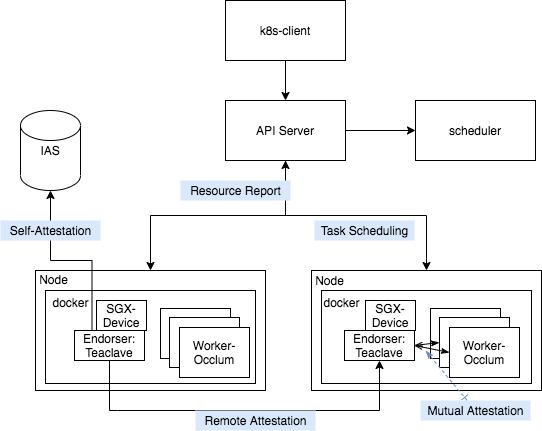
This is docs/TCOS.png from xuperdata/TCOS, a draw.io export, as it was before one commit. Source tidied: cells renumbered, new cells last; positions are measured from the earlier drawing's top-left corner, leaving out a move shared by most shapes.
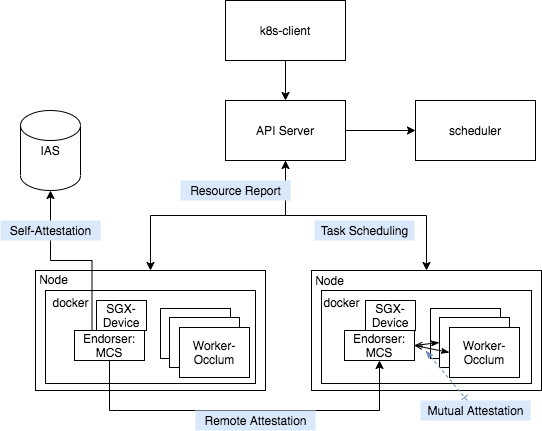
After the commit.

The edit, as a diff of the source:
```diff
@@ -38,7 +38,7 @@
     <mxCell id="13" style="edgeStyle=orthogonalEdgeStyle;rounded=0;jettySize=auto;html=1;exitX=0.25;exitY=0;exitDx=0;exitDy=0;" parent="1" edge="1" source="14" target="26">
       <mxGeometry relative="1" as="geometry" />
     </mxCell>
-    <mxCell id="14" value="Endorser:&lt;br&gt;Teaclave" style="rounded=0;whiteSpace=wrap;html=1;" parent="1" vertex="1">
+    <mxCell id="14" value="Endorser:&lt;br&gt;MCS" style="rounded=0;whiteSpace=wrap;html=1;" parent="1" vertex="1">
       <mxGeometry x="74" y="330" width="70" height="30" as="geometry" />
     </mxCell>
     <mxCell id="15" value="worker-occlum" style="rounded=0;whiteSpace=wrap;html=1;" parent="1" vertex="1">
@@ -62,7 +62,7 @@
     <mxCell id="21" value="docker" style="text;html=1;align=center;verticalAlign=middle;" parent="1" vertex="1">
       <mxGeometry x="316" y="292" width="50" height="20" as="geometry" />
     </mxCell>
-    <mxCell id="22" value="Endorser:&lt;br&gt;Teaclave" style="rounded=0;whiteSpace=wrap;html=1;" parent="1" vertex="1">
+    <mxCell id="22" value="Endorser:&lt;br&gt;MCS" style="rounded=0;whiteSpace=wrap;html=1;" parent="1" vertex="1">
       <mxGeometry x="344" y="330" width="70" height="30" as="geometry" />
     </mxCell>
     <mxCell id="23" value="worker-occlum" style="rounded=0;whiteSpace=wrap;html=1;" parent="1" vertex="1">
```
